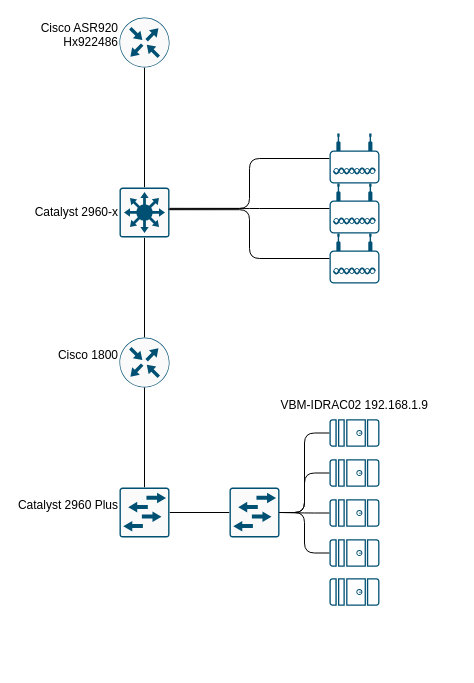
The draw.io diagram Untitled Diagram.drawio in crysal/Shells-of-power, before the edit. Source tidied: cells renumbered, new cells numbered last; positions are measured from the earlier drawing's top-left corner, leaving out a move shared by most shapes. Both pictures are drawn from the tidied source at 100%, with x=0, y=0 at pixel (119, 17).
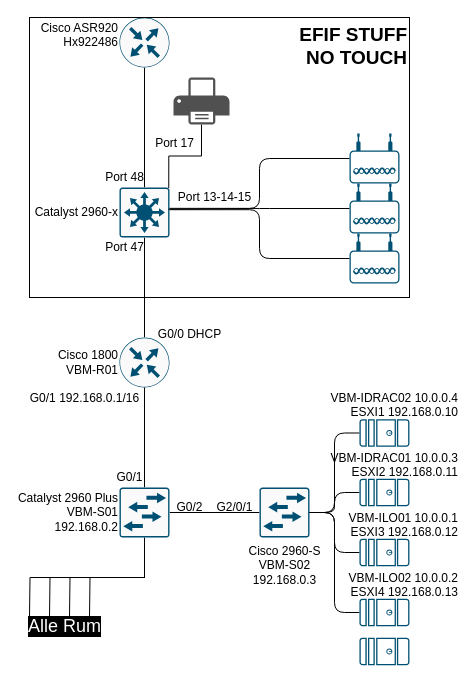
After the change.

Unchanged cells that the change refers to:
```xml
<mxCell id="6" value="Catalyst 2960-x" style="sketch=0;points=[[0.015,0.015,0],[0.985,0.015,0],[0.985,0.985,0],[0.015,0.985,0],[0.25,0,0],[0.5,0,0],[0.75,0,0],[1,0.25,0],[1,0.5,0],[1,0.75,0],[0.75,1,0],[0.5,1,0],[0.25,1,0],[0,0.75,0],[0,0.5,0],[0,0.25,0]];verticalLabelPosition=middle;html=1;verticalAlign=middle;align=right;shape=mxgraph.cisco19.rect;prIcon=l3_switch;fillColor=#FAFAFA;strokeColor=#005073;horizontal=1;labelPosition=left;" parent="1" vertex="1">
  <mxGeometry y="170" width="50" height="50" as="geometry" />
</mxCell>
```

Diff of the diagram source:
```diff
@@
-    <mxCell id="5" value="&lt;div&gt;Cisco 1800&lt;/div&gt;&lt;div&gt;&lt;br&gt;&lt;/div&gt;" style="sketch=0;points=[[0.5,0,0],[1,0.5,0],[0.5,1,0],[0,0.5,0],[0.145,0.145,0],[0.8555,0.145,0],[0.855,0.8555,0],[0.145,0.855,0]];verticalLabelPosition=middle;html=1;verticalAlign=middle;align=right;shape=mxgraph.cisco19.rect;prIcon=router;fillColor=#FAFAFA;strokeColor=#005073;labelPosition=left;" parent="1" vertex="1">
+    <mxCell id="5" value="&lt;div&gt;Cisco 1800&lt;/div&gt;&lt;div&gt;VBM-R01&lt;br&gt;&lt;/div&gt;" style="sketch=0;points=[[0.5,0,0],[1,0.5,0],[0.5,1,0],[0,0.5,0],[0.145,0.145,0],[0.8555,0.145,0],[0.855,0.8555,0],[0.145,0.855,0]];verticalLabelPosition=middle;html=1;verticalAlign=middle;align=right;shape=mxgraph.cisco19.rect;prIcon=router;fillColor=#FAFAFA;strokeColor=#005073;labelPosition=left;" parent="1" vertex="1">
       <mxGeometry y="320" width="50" height="50" as="geometry" />
     </mxCell>
+    <mxCell id="27" style="edgeStyle=orthogonalEdgeStyle;rounded=0;jettySize=auto;html=1;exitX=0.985;exitY=0.015;exitDx=0;exitDy=0;exitPerimeter=0;fontSize=12;fontColor=default;endArrow=none;endFill=0;" parent="1" edge="1" source="6" target="38">
+      <mxGeometry relative="1" as="geometry" />
+    </mxCell>
@@
+    <mxCell id="28" style="edgeStyle=orthogonalEdgeStyle;rounded=0;jettySize=auto;html=1;exitX=0.5;exitY=1;exitDx=0;exitDy=0;exitPerimeter=0;fontSize=12;fontColor=default;endArrow=none;endFill=0;" parent="1" edge="1" source="9">
+      <mxGeometry relative="1" as="geometry">
+        <mxPoint x="-90" y="600" as="targetPoint" />
+      </mxGeometry>
+    </mxCell>
+    <mxCell id="29" style="edgeStyle=orthogonalEdgeStyle;rounded=0;jettySize=auto;html=1;exitX=0.5;exitY=1;exitDx=0;exitDy=0;exitPerimeter=0;fontSize=12;fontColor=default;endArrow=none;endFill=0;" parent="1" edge="1" source="9">
+      <mxGeometry relative="1" as="geometry">
+        <mxPoint x="-70" y="600" as="targetPoint" />
+      </mxGeometry>
+    </mxCell>
+    <mxCell id="30" style="edgeStyle=orthogonalEdgeStyle;rounded=0;jettySize=auto;html=1;exitX=0.5;exitY=1;exitDx=0;exitDy=0;exitPerimeter=0;fontSize=12;fontColor=default;endArrow=none;endFill=0;" parent="1" edge="1" source="9">
+      <mxGeometry relative="1" as="geometry">
+        <mxPoint x="-50" y="600" as="targetPoint" />
+      </mxGeometry>
+    </mxCell>
+    <mxCell id="31" style="edgeStyle=orthogonalEdgeStyle;rounded=0;jettySize=auto;html=1;exitX=0.5;exitY=1;exitDx=0;exitDy=0;exitPerimeter=0;fontSize=12;fontColor=default;endArrow=none;endFill=0;" parent="1" edge="1" source="9">
+      <mxGeometry relative="1" as="geometry">
+        <mxPoint x="-30" y="600" as="targetPoint" />
+      </mxGeometry>
+    </mxCell>
-    <mxCell id="9" value="&lt;div&gt;Catalyst 2960 Plus&lt;/div&gt;&lt;div&gt;&lt;br&gt;&lt;/div&gt;" style="sketch=0;points=[[0.015,0.015,0],[0.985,0.015,0],[0.985,0.985,0],[0.015,0.985,0],[0.25,0,0],[0.5,0,0],[0.75,0,0],[1,0.25,0],[1,0.5,0],[1,0.75,0],[0.75,1,0],[0.5,1,0],[0.25,1,0],[0,0.75,0],[0,0.5,0],[0,0.25,0]];verticalLabelPosition=middle;html=1;verticalAlign=middle;align=right;shape=mxgraph.cisco19.rect;prIcon=l2_switch;fillColor=#FAFAFA;strokeColor=#005073;labelPosition=left;" parent="1" vertex="1">
+    <mxCell id="9" value="&lt;div&gt;Catalyst 2960 Plus&lt;/div&gt;&lt;div&gt;VBM-S01&lt;br&gt;&lt;/div&gt;&lt;div&gt;192.168.0.2&lt;br&gt;&lt;/div&gt;" style="sketch=0;points=[[0.015,0.015,0],[0.985,0.015,0],[0.985,0.985,0],[0.015,0.985,0],[0.25,0,0],[0.5,0,0],[0.75,0,0],[1,0.25,0],[1,0.5,0],[1,0.75,0],[0.75,1,0],[0.5,1,0],[0.25,1,0],[0,0.75,0],[0,0.5,0],[0,0.25,0]];verticalLabelPosition=middle;html=1;verticalAlign=middle;align=right;shape=mxgraph.cisco19.rect;prIcon=l2_switch;fillColor=#FAFAFA;strokeColor=#005073;labelPosition=left;" parent="1" vertex="1">
       <mxGeometry y="470" width="50" height="50" as="geometry" />
     </mxCell>
@@
-    <mxCell id="11" style="sketch=0;points=[[0.015,0.015,0],[0.985,0.015,0],[0.985,0.985,0],[0.015,0.985,0],[0.25,0,0],[0.5,0,0],[0.75,0,0],[1,0.25,0],[1,0.5,0],[1,0.75,0],[0.75,1,0],[0.5,1,0],[0.25,1,0],[0,0.75,0],[0,0.5,0],[0,0.25,0]];verticalLabelPosition=bottom;html=1;verticalAlign=top;align=center;shape=mxgraph.cisco19.rect;prIcon=l2_switch;fillColor=#FAFAFA;strokeColor=#005073;" parent="1" vertex="1">
-      <mxGeometry x="110" y="470" width="50" height="50" as="geometry" />
+    <mxCell id="11" value="&lt;div&gt;Cisco 2960-S&lt;br&gt;&lt;/div&gt;&lt;div&gt;VBM-S02&lt;/div&gt;&lt;div&gt;192.168.0.3&lt;br&gt;&lt;/div&gt;" style="sketch=0;points=[[0.015,0.015,0],[0.985,0.015,0],[0.985,0.985,0],[0.015,0.985,0],[0.25,0,0],[0.5,0,0],[0.75,0,0],[1,0.25,0],[1,0.5,0],[1,0.75,0],[0.75,1,0],[0.5,1,0],[0.25,1,0],[0,0.75,0],[0,0.5,0],[0,0.25,0]];verticalLabelPosition=bottom;html=1;verticalAlign=top;align=center;shape=mxgraph.cisco19.rect;prIcon=l2_switch;fillColor=#FAFAFA;strokeColor=#005073;" parent="1" vertex="1">
+      <mxGeometry x="140" y="470" width="50" height="50" as="geometry" />
     </mxCell>
@@
     <mxCell id="15" style="group;" parent="1" vertex="1">
-      <mxGeometry x="210" y="116" width="50" height="150" as="geometry" />
+      <mxGeometry x="230" y="116" width="50" height="150" as="geometry" />
     </mxCell>
@@
-    <mxCell id="20" style="sketch=0;points=[[0.015,0.015,0],[0.985,0.015,0],[0.985,0.985,0],[0.015,0.985,0],[0.25,0,0],[0.5,0,0],[0.75,0,0],[1,0.25,0],[1,0.5,0],[1,0.75,0],[0.75,1,0],[0.5,1,0],[0.25,1,0],[0,0.75,0],[0,0.5,0],[0,0.25,0]];verticalLabelPosition=bottom;html=1;verticalAlign=top;align=center;shape=mxgraph.cisco19.server;fillColor=#005073;strokeColor=none;labelBackgroundColor=none;fontSize=12;rotation=90;" parent="1" vertex="1">
-      <mxGeometry x="221.2" y="510.5" width="27.5" height="50" as="geometry" />
+    <mxCell id="20" value="&lt;div&gt;VBM-ILO02 10.0.0.2&lt;/div&gt;&lt;div&gt;ESXI4 192.168.0.13&lt;/div&gt;" style="sketch=0;points=[[0.015,0.015,0],[0.985,0.015,0],[0.985,0.985,0],[0.015,0.985,0],[0.25,0,0],[0.5,0,0],[0.75,0,0],[1,0.25,0],[1,0.5,0],[1,0.75,0],[0.75,1,0],[0.5,1,0],[0.25,1,0],[0,0.75,0],[0,0.5,0],[0,0.25,0]];verticalLabelPosition=bottom;html=1;verticalAlign=top;align=right;shape=mxgraph.cisco19.server;fillColor=#005073;strokeColor=none;labelBackgroundColor=none;fontSize=12;rotation=90;horizontal=0;labelPosition=left;spacingTop=-7;" parent="1" vertex="1">
+      <mxGeometry x="251.2" y="570" width="27.5" height="50" as="geometry" />
     </mxCell>
@@
-    <mxCell id="22" style="sketch=0;points=[[0.015,0.015,0],[0.985,0.015,0],[0.985,0.985,0],[0.015,0.985,0],[0.25,0,0],[0.5,0,0],[0.75,0,0],[1,0.25,0],[1,0.5,0],[1,0.75,0],[0.75,1,0],[0.5,1,0],[0.25,1,0],[0,0.75,0],[0,0.5,0],[0,0.25,0]];verticalLabelPosition=bottom;html=1;verticalAlign=top;align=center;shape=mxgraph.cisco19.server;fillColor=#005073;strokeColor=none;labelBackgroundColor=none;fontSize=12;rotation=90;" parent="1" vertex="1">
-      <mxGeometry x="221.2" y="470.5" width="27.5" height="50" as="geometry" />
+    <mxCell id="22" value="&lt;div&gt;VBM-ILO01 10.0.0.1&lt;/div&gt;&lt;div&gt;ESXI3 192.168.0.12&lt;/div&gt;" style="sketch=0;points=[[0.015,0.015,0],[0.985,0.015,0],[0.985,0.985,0],[0.015,0.985,0],[0.25,0,0],[0.5,0,0],[0.75,0,0],[1,0.25,0],[1,0.5,0],[1,0.75,0],[0.75,1,0],[0.5,1,0],[0.25,1,0],[0,0.75,0],[0,0.5,0],[0,0.25,0]];verticalLabelPosition=bottom;html=1;verticalAlign=top;align=right;shape=mxgraph.cisco19.server;fillColor=#005073;strokeColor=none;labelBackgroundColor=none;fontSize=12;rotation=90;horizontal=0;labelPosition=left;spacingTop=-7;" parent="1" vertex="1">
+      <mxGeometry x="251.2" y="510" width="27.5" height="50" as="geometry" />
     </mxCell>
@@
-    <mxCell id="24" style="sketch=0;points=[[0.015,0.015,0],[0.985,0.015,0],[0.985,0.985,0],[0.015,0.985,0],[0.25,0,0],[0.5,0,0],[0.75,0,0],[1,0.25,0],[1,0.5,0],[1,0.75,0],[0.75,1,0],[0.5,1,0],[0.25,1,0],[0,0.75,0],[0,0.5,0],[0,0.25,0]];verticalLabelPosition=bottom;html=1;verticalAlign=top;align=center;shape=mxgraph.cisco19.server;fillColor=#005073;strokeColor=none;labelBackgroundColor=none;fontSize=12;rotation=90;" parent="1" vertex="1">
-      <mxGeometry x="221.2" y="430.5" width="27.5" height="50" as="geometry" />
+    <mxCell id="24" value="&lt;div&gt;VBM-IDRAC01 10.0.0.3&lt;/div&gt;&lt;div&gt;ESXI2 192.168.0.11&lt;br&gt;&lt;/div&gt;" style="sketch=0;points=[[0.015,0.015,0],[0.985,0.015,0],[0.985,0.985,0],[0.015,0.985,0],[0.25,0,0],[0.5,0,0],[0.75,0,0],[1,0.25,0],[1,0.5,0],[1,0.75,0],[0.75,1,0],[0.5,1,0],[0.25,1,0],[0,0.75,0],[0,0.5,0],[0,0.25,0]];verticalLabelPosition=bottom;html=1;verticalAlign=top;align=right;shape=mxgraph.cisco19.server;fillColor=#005073;strokeColor=none;labelBackgroundColor=none;fontSize=12;rotation=90;horizontal=0;labelPosition=left;spacingTop=-7;" parent="1" vertex="1">
+      <mxGeometry x="251.2" y="450" width="27.5" height="50" as="geometry" />
     </mxCell>
+    <mxCell id="32" value="&lt;div style=&quot;font-size: 19px;&quot;&gt;EFIF STUFF&lt;/div&gt;&lt;div style=&quot;font-size: 19px;&quot;&gt;NO TOUCH&lt;br style=&quot;font-size: 19px;&quot;&gt;&lt;/div&gt;" style="rounded=0;whiteSpace=wrap;html=1;fontColor=default;fillColor=none;fontSize=19;fontStyle=1;align=right;horizontal=1;verticalAlign=top;" parent="1" vertex="1">
+      <mxGeometry x="-90" width="380" height="280" as="geometry" />
+    </mxCell>
-    <mxCell id="25" value="&lt;div&gt;VBM-IDRAC02 192.168.1.9&lt;/div&gt;" style="sketch=0;points=[[0.015,0.015,0],[0.985,0.015,0],[0.985,0.985,0],[0.015,0.985,0],[0.25,0,0],[0.5,0,0],[0.75,0,0],[1,0.25,0],[1,0.5,0],[1,0.75,0],[0.75,1,0],[0.5,1,0],[0.25,1,0],[0,0.75,0],[0,0.5,0],[0,0.25,0]];verticalLabelPosition=bottom;html=1;verticalAlign=top;align=right;shape=mxgraph.cisco19.server;fillColor=#005073;strokeColor=none;labelBackgroundColor=none;fontSize=12;rotation=90;horizontal=0;labelPosition=left;" parent="1" vertex="1">
-      <mxGeometry x="221.2" y="390.5" width="27.5" height="50" as="geometry" />
+    <mxCell id="25" value="&lt;div&gt;VBM-IDRAC02 10.0.0.4&lt;/div&gt;&lt;div&gt;ESXI1 192.168.0.10&lt;br&gt;&lt;/div&gt;" style="sketch=0;points=[[0.015,0.015,0],[0.985,0.015,0],[0.985,0.985,0],[0.015,0.985,0],[0.25,0,0],[0.5,0,0],[0.75,0,0],[1,0.25,0],[1,0.5,0],[1,0.75,0],[0.75,1,0],[0.5,1,0],[0.25,1,0],[0,0.75,0],[0,0.5,0],[0,0.25,0]];verticalLabelPosition=bottom;html=1;verticalAlign=top;align=right;shape=mxgraph.cisco19.server;fillColor=#005073;strokeColor=none;labelBackgroundColor=none;fontSize=12;rotation=90;horizontal=0;labelPosition=left;spacingTop=-7;" parent="1" vertex="1">
+      <mxGeometry x="251.2" y="390.5" width="27.5" height="50" as="geometry" />
     </mxCell>
     <mxCell id="26" style="sketch=0;verticalLabelPosition=bottom;html=1;verticalAlign=top;align=center;shape=mxgraph.cisco19.server;fillColor=#005073;strokeColor=none;labelBackgroundColor=none;fontSize=12;rotation=90;" parent="1" vertex="1">
-      <mxGeometry x="221.2" y="549.5" width="27.5" height="50" as="geometry" />
+      <mxGeometry x="251.2" y="609" width="27.5" height="50" as="geometry" />
     </mxCell>
+    <mxCell id="33" value="&lt;font style=&quot;font-size: 12px&quot;&gt;G0/0 DHCP&lt;/font&gt;" style="text;html=1;align=center;verticalAlign=middle;strokeColor=none;fillColor=none;fontSize=19;fontColor=default;" parent="1" vertex="1">
+      <mxGeometry x="30" y="300" width="80" height="30" as="geometry" />
+    </mxCell>
+    <mxCell id="34" value="G0/1 192.168.0.1/16" style="text;html=1;align=center;verticalAlign=middle;strokeColor=none;fillColor=none;fontSize=12;fontColor=default;" parent="1" vertex="1">
+      <mxGeometry x="-100" y="370.5" width="130" height="20" as="geometry" />
+    </mxCell>
+    <mxCell id="35" value="G0/1" style="text;html=1;align=center;verticalAlign=middle;strokeColor=none;fillColor=none;fontSize=12;fontColor=default;" parent="1" vertex="1">
+      <mxGeometry x="-10" y="450" width="40" height="20" as="geometry" />
+    </mxCell>
+    <mxCell id="36" value="Port 47" style="text;html=1;align=center;verticalAlign=middle;strokeColor=none;fillColor=none;fontSize=12;fontColor=default;" parent="1" vertex="1">
+      <mxGeometry x="-20" y="220" width="50" height="20" as="geometry" />
+    </mxCell>
+    <mxCell id="37" value="Port 48" style="text;html=1;align=center;verticalAlign=middle;strokeColor=none;fillColor=none;fontSize=12;fontColor=default;" parent="1" vertex="1">
+      <mxGeometry x="-20" y="150" width="50" height="20" as="geometry" />
+    </mxCell>
+    <mxCell id="38" style="sketch=0;shadow=0;dashed=0;html=1;strokeColor=none;fillColor=#505050;labelPosition=center;verticalLabelPosition=bottom;verticalAlign=top;outlineConnect=0;align=center;shape=mxgraph.office.devices.printer;fontSize=12;fontColor=default;" parent="1" vertex="1">
+      <mxGeometry x="54" y="60" width="56" height="47" as="geometry" />
+    </mxCell>
+    <mxCell id="39" value="Port 17" style="text;html=1;align=center;verticalAlign=middle;strokeColor=none;fillColor=none;fontSize=12;fontColor=default;" parent="1" vertex="1">
+      <mxGeometry x="30" y="116" width="50" height="20" as="geometry" />
+    </mxCell>
+    <mxCell id="40" value="Port 13-14-15" style="text;html=1;align=center;verticalAlign=middle;strokeColor=none;fillColor=none;fontSize=12;fontColor=default;" parent="1" vertex="1">
+      <mxGeometry x="50" y="170" width="90" height="20" as="geometry" />
+    </mxCell>
+    <mxCell id="41" value="Alle Rum" style="text;html=1;align=center;verticalAlign=middle;strokeColor=none;fillColor=none;fontSize=18;fontColor=#FFFFFF;labelBackgroundColor=#000000;" parent="1" vertex="1">
+      <mxGeometry x="-100" y="594" width="90" height="30" as="geometry" />
+    </mxCell>
+    <mxCell id="42" value="&lt;font style=&quot;font-size: 12px;&quot; color=&quot;#000000&quot;&gt;G0/2&lt;/font&gt;" style="text;html=1;align=center;verticalAlign=middle;strokeColor=none;fillColor=none;fontSize=12;fontColor=#FFFFFF;" parent="1" vertex="1">
+      <mxGeometry x="50" y="480" width="40" height="20" as="geometry" />
+    </mxCell>
+    <mxCell id="43" value="G2/0/1" style="text;html=1;align=center;verticalAlign=middle;strokeColor=none;fillColor=none;fontSize=12;fontColor=#000000;" parent="1" vertex="1">
+      <mxGeometry x="90" y="480" width="50" height="20" as="geometry" />
+    </mxCell>
```
